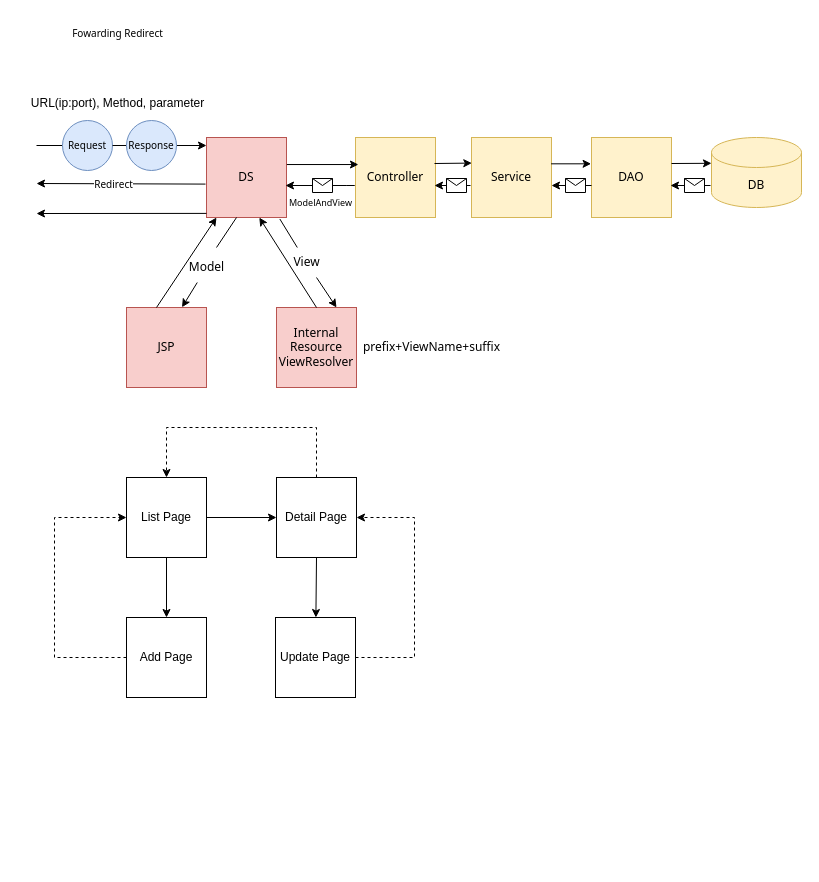
Above: page "페이지-1" (1 of 4) of 제목 없는 다이어그램.drawio in zinny912/GDJ60_Spring2 (draw.io), before the change. Source tidied: cells renumbered, new cells numbered last; positions are measured from the earlier drawing's top-left corner, leaving out a move shared by most shapes. Both pictures are drawn from the tidied source at 100%, with x=0, y=0 at pixel (17, 17).
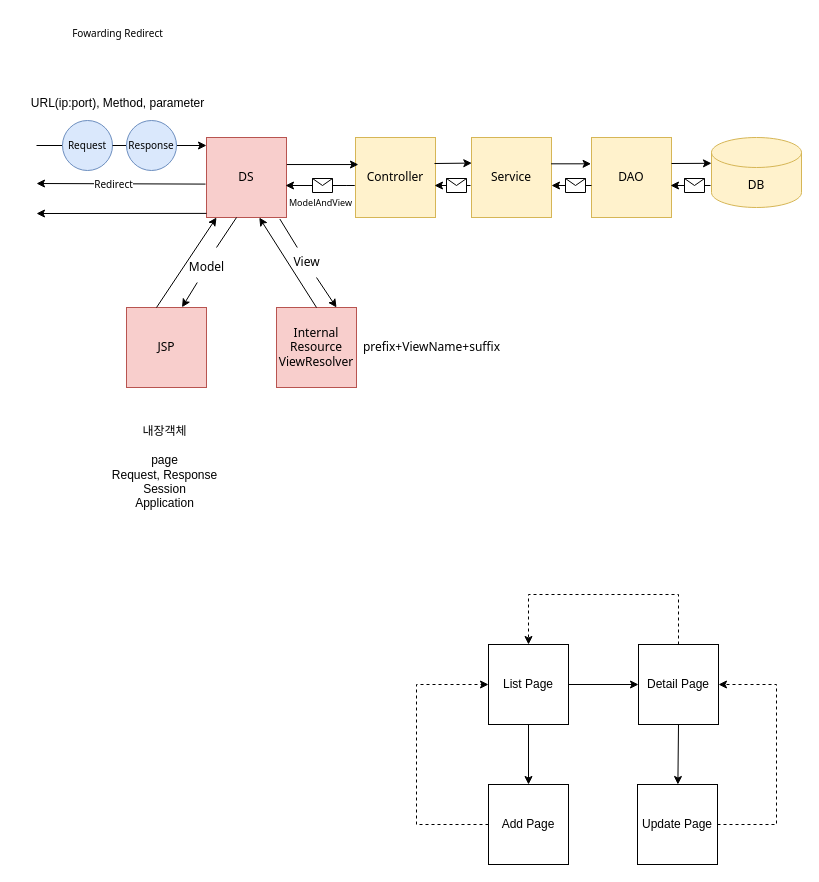
After the change.

Commit message:
제목 없는 다이어그램.drawio 업데이트

Change to the diagram source:
```diff
@@
     <mxCell id="43" value="List Page" style="whiteSpace=wrap;html=1;" parent="1" vertex="1">
-      <mxGeometry x="109" y="460" width="80" height="80" as="geometry" />
+      <mxGeometry x="471" y="627" width="80" height="80" as="geometry" />
     </mxCell>
     <mxCell id="44" value="Detail Page" style="whiteSpace=wrap;html=1;" parent="1" vertex="1">
-      <mxGeometry x="259" y="460" width="80" height="80" as="geometry" />
+      <mxGeometry x="621" y="627" width="80" height="80" as="geometry" />
     </mxCell>
     <mxCell id="45" value="Add Page" style="whiteSpace=wrap;html=1;" parent="1" vertex="1">
-      <mxGeometry x="109" y="600" width="80" height="80" as="geometry" />
+      <mxGeometry x="471" y="767" width="80" height="80" as="geometry" />
     </mxCell>
     <mxCell id="46" style="endArrow=classic;html=1;rounded=0;exitX=0;exitY=0.5;exitDx=0;exitDy=0;dashed=1;" parent="1" edge="1" source="45">
       <mxGeometry relative="1" as="geometry">
-        <mxPoint x="109" y="500" as="targetPoint" />
+        <mxPoint x="471" y="667" as="targetPoint" />
         <Array as="points">
-          <mxPoint x="37" y="640" />
-          <mxPoint x="37" y="570" />
-          <mxPoint x="37" y="500" />
+          <mxPoint x="399" y="807" />
+          <mxPoint x="399" y="737" />
+          <mxPoint x="399" y="667" />
         </Array>
       </mxGeometry>
     </mxCell>
     <mxCell id="47" style="endArrow=classic;html=1;rounded=0;dashed=1;exitX=0.5;exitY=0;exitDx=0;exitDy=0;entryX=0.5;entryY=0;entryDx=0;entryDy=0;" parent="1" edge="1" source="44" target="43">
       <mxGeometry relative="1" as="geometry">
         <Array as="points">
-          <mxPoint x="299" y="410" />
-          <mxPoint x="227" y="410" />
-          <mxPoint x="149" y="410" />
+          <mxPoint x="661" y="577" />
+          <mxPoint x="589" y="577" />
+          <mxPoint x="511" y="577" />
         </Array>
       </mxGeometry>
     </mxCell>
     <mxCell id="48" value="Update Page" style="whiteSpace=wrap;html=1;" parent="1" vertex="1">
-      <mxGeometry x="258" y="600" width="80" height="80" as="geometry" />
+      <mxGeometry x="620" y="767" width="80" height="80" as="geometry" />
     </mxCell>
@@
     <mxCell id="50" style="endArrow=classic;html=1;rounded=0;exitX=1;exitY=0.5;exitDx=0;exitDy=0;entryX=1;entryY=0.5;entryDx=0;entryDy=0;dashed=1;" parent="1" edge="1" source="48" target="44">
       <mxGeometry relative="1" as="geometry">
         <Array as="points">
-          <mxPoint x="397" y="640" />
-          <mxPoint x="397" y="570" />
-          <mxPoint x="397" y="500" />
+          <mxPoint x="759" y="807" />
+          <mxPoint x="759" y="737" />
+          <mxPoint x="759" y="667" />
         </Array>
       </mxGeometry>
     </mxCell>
+    <mxCell id="51" value="내장객체&lt;br&gt;&lt;br&gt;page&lt;br&gt;Request, Response&lt;br&gt;Session&lt;br&gt;Application" style="text;html=1;align=center;verticalAlign=middle;strokeColor=none;fillColor=none;" parent="1" vertex="1">
+      <mxGeometry x="82" y="400" width="130" height="100" as="geometry" />
+    </mxCell>
```
